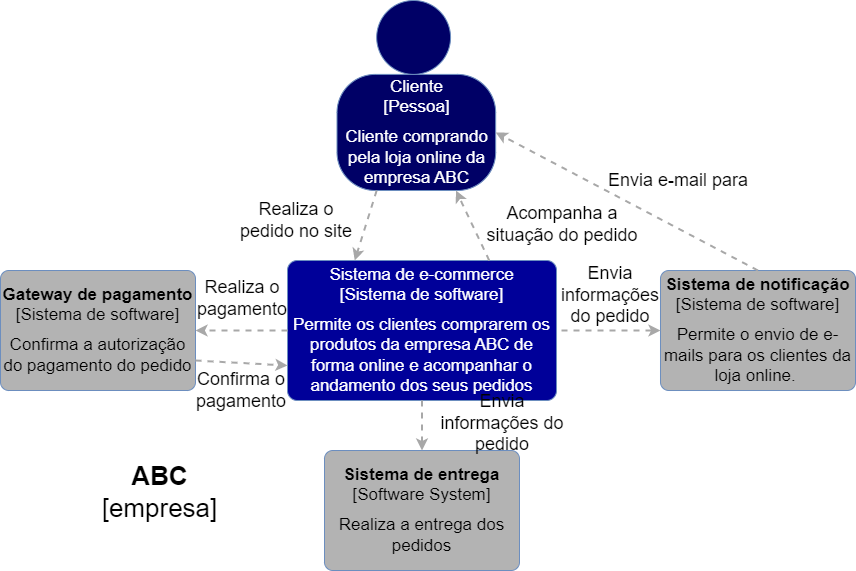
The draw.io diagram cap10/imagens/diagrama-contexto-sistema.png in rpicanco/livro-eda, before a commit. Source tidied: cells renumbered, new cells last; positions are measured from the earlier drawing's top-left corner, leaving out a move shared by most shapes.
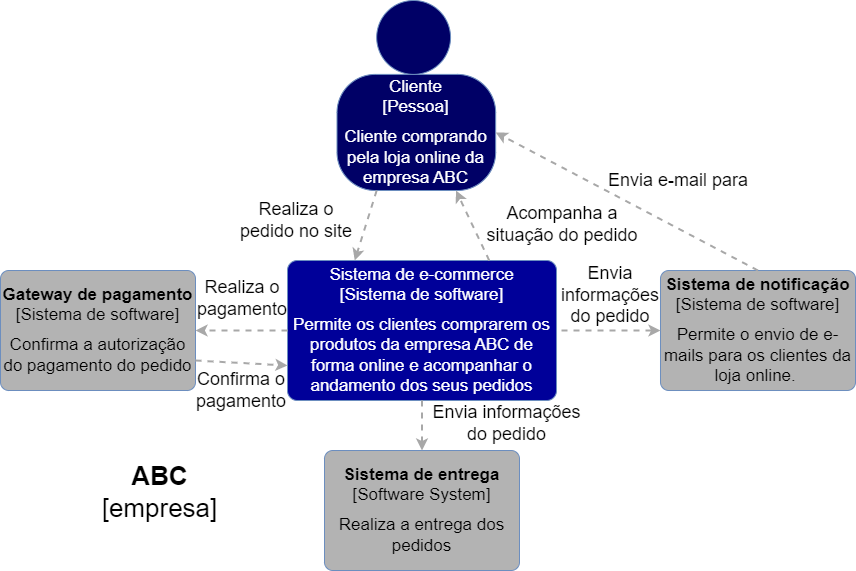
Above is the later version.

Commit message:
ajustes pontuais

Diff of the diagram source:
```diff
@@ -42,11 +42,11 @@
     <mxCell id="11" value="&lt;div style=&quot;text-align: left; font-size: 16px;&quot;&gt;&lt;div style=&quot;text-align: center&quot;&gt;&lt;br&gt;&lt;/div&gt;&lt;/div&gt;" style="edgeStyle=none;rounded=0;html=1;entryX=0.25;entryY=0;jettySize=auto;strokeColor=#A8A8A8;strokeWidth=2;fontColor=#000000;jumpStyle=none;dashed=1;exitX=0.25;exitY=1;exitDx=0;exitDy=0;entryDx=0;entryDy=0;" parent="1" edge="1" source="8" target="2">
       <mxGeometry x="-0.08" y="-30" relative="1" as="geometry" />
     </mxCell>
-    <mxCell id="12" value="&lt;div style=&quot;text-align: left; font-size: 16px;&quot;&gt;&lt;div style=&quot;text-align: center&quot;&gt;&lt;br&gt;&lt;/div&gt;&lt;/div&gt;" style="rounded=0;html=1;jettySize=auto;strokeColor=#A8A8A8;strokeWidth=2;fontColor=#000000;jumpStyle=none;dashed=1;exitX=1;exitY=0.5;exitDx=0;exitDy=0;entryX=0;entryY=0.5;entryDx=0;entryDy=0;" parent="1" edge="1" target="3">
-      <mxGeometry y="30" relative="1" as="geometry">
-        <mxPoint x="561" y="330" as="sourcePoint" />
-      </mxGeometry>
-    </mxCell>
+    <mxCell id="25" value="&lt;div style=&quot;text-align: left; font-size: 16px;&quot;&gt;&lt;div style=&quot;text-align: center&quot;&gt;&lt;br&gt;&lt;/div&gt;&lt;/div&gt;" style="rounded=0;html=1;jettySize=auto;strokeColor=#A8A8A8;strokeWidth=2;fontColor=#000000;jumpStyle=none;dashed=1;exitX=1;exitY=0.5;exitDx=0;exitDy=0;entryX=0;entryY=0.5;entryDx=0;entryDy=0;" parent="1" edge="1" target="3">
+      <mxGeometry y="30" relative="1" as="geometry">
+        <mxPoint x="561" y="330" as="sourcePoint" />
+      </mxGeometry>
+    </mxCell>
     <mxCell id="13" value="&lt;div style=&quot;text-align: left; font-size: 16px;&quot;&gt;&lt;div style=&quot;text-align: center&quot;&gt;&lt;br&gt;&lt;/div&gt;&lt;/div&gt;" style="edgeStyle=none;rounded=0;html=1;jettySize=auto;strokeColor=#A8A8A8;strokeWidth=2;fontColor=#000000;jumpStyle=none;dashed=1;exitX=1;exitY=0.75;exitDx=0;exitDy=0;entryX=0;entryY=0.75;entryDx=0;entryDy=0;" parent="1" edge="1" source="4" target="2">
       <mxGeometry x="-0.15" y="20" relative="1" as="geometry" />
     </mxCell>
@@ -69,7 +69,7 @@
       <mxGeometry x="192" y="278" width="100" height="40" as="geometry" />
     </mxCell>
     <mxCell id="20" value="&lt;font style=&quot;font-size: 18px;&quot;&gt;Envia informações do pedido&lt;/font&gt;" style="text;html=1;strokeColor=none;fillColor=none;align=center;verticalAlign=middle;whiteSpace=wrap;rounded=0;fontSize=16;" parent="1" vertex="1">
-      <mxGeometry x="427" y="393" width="150" height="60" as="geometry" />
+      <mxGeometry x="427" y="393" width="159" height="60" as="geometry" />
     </mxCell>
     <mxCell id="21" value="&lt;font style=&quot;font-size: 18px;&quot;&gt;Envia informações do pedido&lt;/font&gt;" style="text;html=1;strokeColor=none;fillColor=none;align=center;verticalAlign=middle;whiteSpace=wrap;rounded=0;fontSize=16;" parent="1" vertex="1">
       <mxGeometry x="565" y="265" width="90" height="60" as="geometry" />
```
